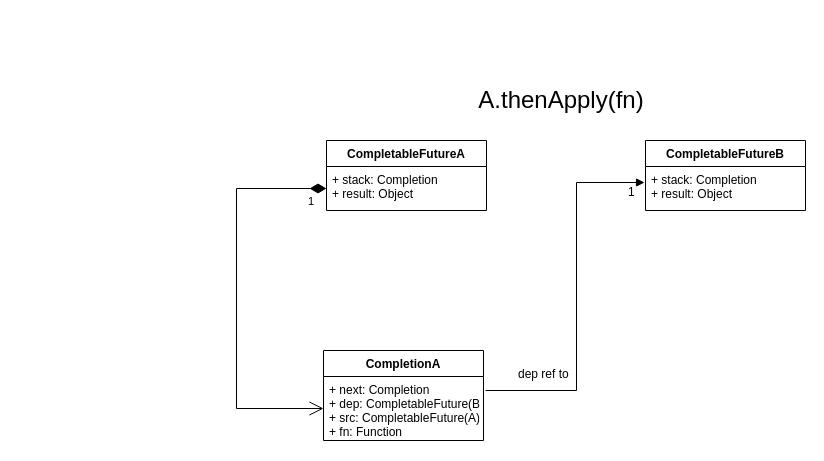
karlchan-cn/drawio-repository keeps this draw.io diagram as page "CompletableFuture invocation" (1 of 5) of universal-engine/universal-engine-timeout-conf.drawio. Above is the earlier version. Source tidied: cells renumbered, new cells numbered last; positions are measured from the earlier drawing's top-left corner, leaving out a move shared by most shapes. Both pictures are drawn from the tidied source at 100%, with x=0, y=0 at pixel (236, 70).
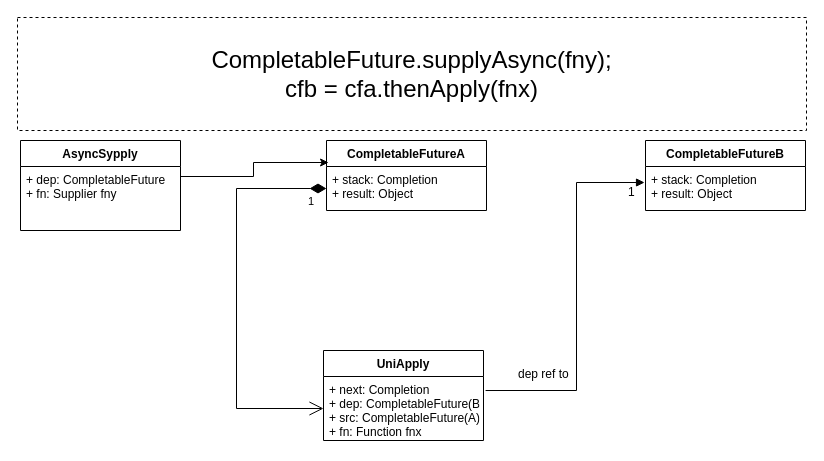
After the change.

The change refers to these unchanged cells:
```xml
<mxCell id="3" value="+ stack: Completion&#10;+ result: Object&#10;" style="text;strokeColor=none;fillColor=none;align=left;verticalAlign=top;spacingLeft=4;spacingRight=4;overflow=hidden;points=[[0,0.5],[1,0.5]];portConstraint=eastwest;" parent="2" vertex="1">
  <mxGeometry y="26" width="160" height="44" as="geometry" />
</mxCell>
```

The edit, as a diff of the source:
```diff
@@
-    <mxCell id="6" value="&lt;font style=&quot;font-size: 24px;&quot;&gt;A.thenApply(fn)&lt;/font&gt;" style="text;html=1;strokeColor=none;fillColor=none;align=center;verticalAlign=middle;whiteSpace=wrap;rounded=0;" parent="1" vertex="1">
-      <mxGeometry x="180" width="290" height="60" as="geometry" />
+    <mxCell id="6" value="&lt;font style=&quot;font-size: 24px;&quot;&gt;CompletableFuture.supplyAsync(fny);&lt;br&gt;cfb = cfa.thenApply(fnx)&lt;/font&gt;" style="text;html=1;strokeColor=default;fillColor=none;align=center;verticalAlign=middle;whiteSpace=wrap;rounded=0;dashed=1;" parent="1" vertex="1">
+      <mxGeometry x="-219" y="-53" width="789" height="113" as="geometry" />
     </mxCell>
-    <mxCell id="7" value="CompletionA" style="swimlane;fontStyle=1;align=center;verticalAlign=top;horizontal=1;startSize=26;" parent="1" vertex="1">
+    <mxCell id="7" value="UniApply" style="swimlane;fontStyle=1;align=center;verticalAlign=top;horizontal=1;startSize=26;" parent="1" vertex="1">
       <mxGeometry x="87" y="280" width="160" height="90" as="geometry" />
     </mxCell>
-    <mxCell id="8" value="+ next: Completion&#10;+ dep: CompletableFuture(B)&#10;+ src: CompletableFuture(A)&#10;+ fn: Function" style="text;strokeColor=none;fillColor=none;align=left;verticalAlign=top;spacingLeft=4;spacingRight=4;overflow=hidden;points=[[0,0.5],[1,0.5]];portConstraint=eastwest;" parent="7" vertex="1">
+    <mxCell id="8" value="+ next: Completion&#10;+ dep: CompletableFuture(B)&#10;+ src: CompletableFuture(A)&#10;+ fn: Function fnx" style="text;strokeColor=none;fillColor=none;align=left;verticalAlign=top;spacingLeft=4;spacingRight=4;overflow=hidden;points=[[0,0.5],[1,0.5]];portConstraint=eastwest;" parent="7" vertex="1">
       <mxGeometry y="26" width="160" height="64" as="geometry" />
     </mxCell>
@@
+    <mxCell id="12" value="AsyncSypply" style="swimlane;fontStyle=1;align=center;verticalAlign=top;horizontal=1;startSize=26;" parent="1" vertex="1">
+      <mxGeometry x="-216" y="70" width="160" height="90" as="geometry" />
+    </mxCell>
+    <mxCell id="13" value="+ dep: CompletableFuture&#10;+ fn: Supplier fny" style="text;strokeColor=none;fillColor=none;align=left;verticalAlign=top;spacingLeft=4;spacingRight=4;overflow=hidden;points=[[0,0.5],[1,0.5]];portConstraint=eastwest;" parent="12" vertex="1">
+      <mxGeometry y="26" width="160" height="64" as="geometry" />
+    </mxCell>
+    <mxCell id="14" style="edgeStyle=orthogonalEdgeStyle;rounded=0;jettySize=auto;html=1;entryX=0.013;entryY=-0.091;entryDx=0;entryDy=0;entryPerimeter=0;" parent="1" edge="1" source="13" target="3">
+      <mxGeometry relative="1" as="geometry">
+        <Array as="points">
+          <mxPoint x="17" y="106" />
+          <mxPoint x="17" y="92" />
+        </Array>
+      </mxGeometry>
+    </mxCell>
```
